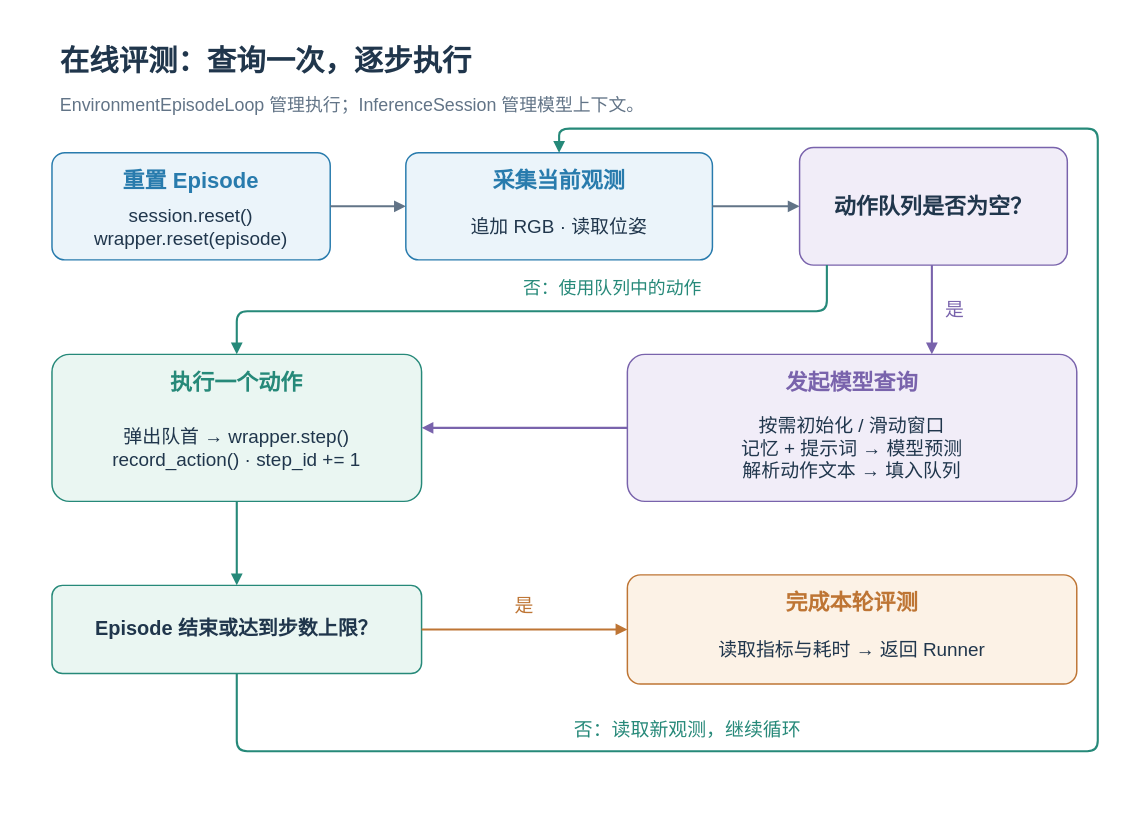
Above: docs/assets/workflows/episode-loop.zh-CN.drawio in Eku127/SwiftVLN (draw.io), before the change. Source tidied: cells renumbered, new cells numbered last; positions are measured from the earlier drawing's top-left corner, leaving out a move shared by most shapes. Both pictures are drawn from the tidied source at 105%, with x=0, y=0 at pixel (18, 18).
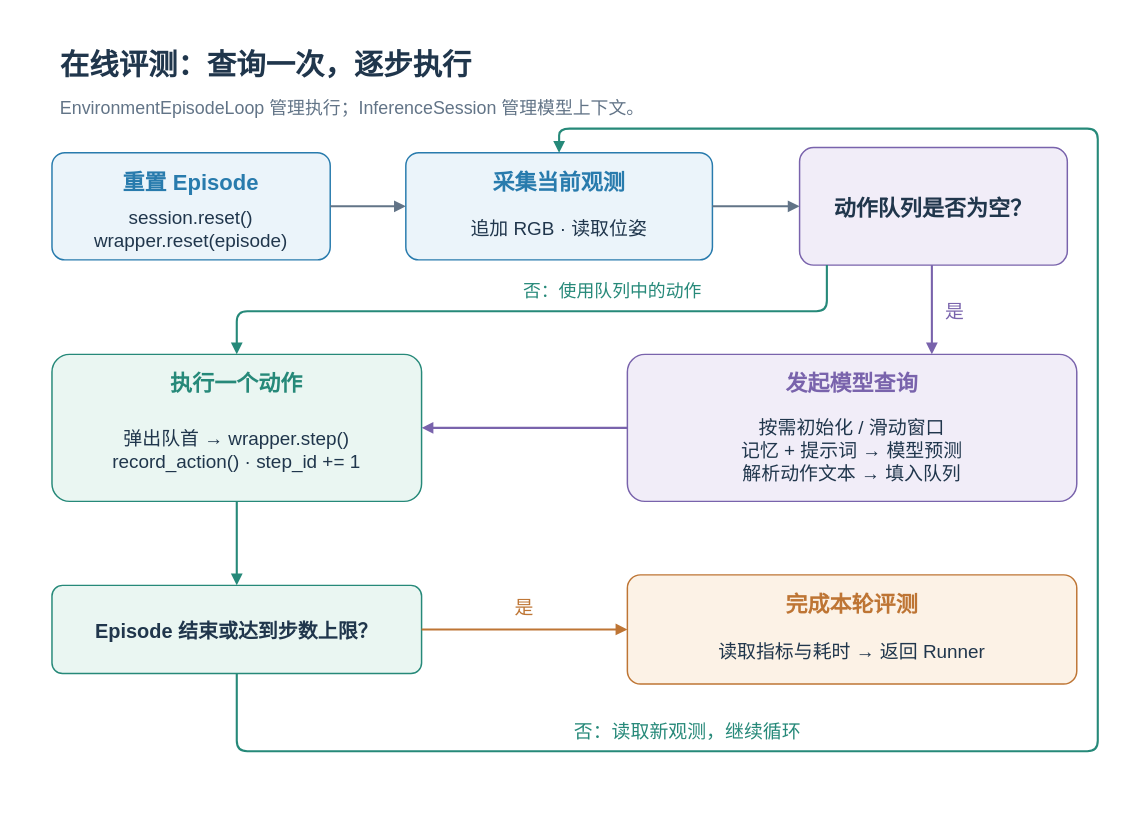
Above is the later version.

Diff of the diagram source:
```diff
@@
-    <mxCell id="2" style="rounded=0;arcSize=12;whiteSpace=wrap;html=0;fillColor=#FFFFFF;strokeColor=none;strokeWidth=1.4;fontColor=#20364C;fontFamily=Arial;fontSize=19;fontStyle=0;align=center;verticalAlign=middle;spacing=8;" parent="1" vertex="1">
+    <mxCell id="2" style="rounded=0;arcSize=12;whiteSpace=nowrap;html=0;fillColor=#FFFFFF;strokeColor=none;strokeWidth=1.4;fontColor=#20364C;fontFamily=Arial;fontSize=19;fontStyle=0;align=center;verticalAlign=middle;spacing=8;" parent="1" vertex="1">
       <mxGeometry width="1040" height="760" as="geometry" />
     </mxCell>
-    <mxCell id="3" value="在线评测：查询一次，逐步执行" style="rounded=0;arcSize=12;whiteSpace=wrap;html=0;fillColor=none;strokeColor=none;strokeWidth=1.4;fontColor=#20364C;fontFamily=Arial;fontSize=28;fontStyle=1;align=left;verticalAlign=middle;spacing=8;" parent="1" vertex="1">
+    <mxCell id="3" value="在线评测：查询一次，逐步执行" style="rounded=0;arcSize=12;whiteSpace=nowrap;html=0;fillColor=none;strokeColor=none;strokeWidth=1.4;fontColor=#20364C;fontFamily=Arial;fontSize=28;fontStyle=1;align=left;verticalAlign=middle;spacing=8;" parent="1" vertex="1">
       <mxGeometry x="32" y="22" width="970" height="38" as="geometry" />
     </mxCell>
-    <mxCell id="4" value="EnvironmentEpisodeLoop 管理执行；InferenceSession 管理模型上下文。" style="rounded=0;arcSize=12;whiteSpace=wrap;html=0;fillColor=none;strokeColor=none;strokeWidth=1.4;fontColor=#627487;fontFamily=Arial;fontSize=17;fontStyle=0;align=left;verticalAlign=middle;spacing=8;" parent="1" vertex="1">
+    <mxCell id="4" value="EnvironmentEpisodeLoop 管理执行；InferenceSession 管理模型上下文。" style="rounded=0;arcSize=12;whiteSpace=nowrap;html=0;fillColor=none;strokeColor=none;strokeWidth=1.4;fontColor=#627487;fontFamily=Arial;fontSize=17;fontStyle=0;align=left;verticalAlign=middle;spacing=8;" parent="1" vertex="1">
       <mxGeometry x="32" y="67" width="970" height="34" as="geometry" />
     </mxCell>
-    <mxCell id="5" style="rounded=1;arcSize=12;whiteSpace=wrap;html=0;fillColor=#EBF4FA;strokeColor=#287BAD;strokeWidth=1.4;fontColor=#20364C;fontFamily=Arial;fontSize=19;fontStyle=0;align=center;verticalAlign=middle;spacing=8;" parent="1" vertex="1">
+    <mxCell id="5" style="rounded=1;arcSize=12;whiteSpace=nowrap;html=0;fillColor=#EBF4FA;strokeColor=#287BAD;strokeWidth=1.4;fontColor=#20364C;fontFamily=Arial;fontSize=19;fontStyle=0;align=center;verticalAlign=middle;spacing=8;" parent="1" vertex="1">
       <mxGeometry x="32" y="128" width="265" height="102" as="geometry" />
     </mxCell>
-    <mxCell id="6" value="重置 Episode" style="rounded=0;arcSize=12;whiteSpace=wrap;html=0;fillColor=none;strokeColor=none;strokeWidth=1.4;fontColor=#287BAD;fontFamily=Arial;fontSize=21;fontStyle=1;align=center;verticalAlign=middle;spacing=8;" parent="1" vertex="1">
+    <mxCell id="6" value="重置 Episode" style="rounded=0;arcSize=12;whiteSpace=nowrap;html=0;fillColor=none;strokeColor=none;strokeWidth=1.4;fontColor=#287BAD;fontFamily=Arial;fontSize=21;fontStyle=1;align=center;verticalAlign=middle;spacing=8;" parent="1" vertex="1">
       <mxGeometry x="42" y="138" width="245" height="32" as="geometry" />
     </mxCell>
-    <mxCell id="7" value="session.reset()&#10;wrapper.reset(episode)" style="rounded=0;arcSize=12;whiteSpace=wrap;html=0;fillColor=none;strokeColor=none;strokeWidth=1.4;fontColor=#20364C;fontFamily=Arial;fontSize=18;fontStyle=0;align=center;verticalAlign=middle;spacing=8;" parent="1" vertex="1">
+    <mxCell id="7" value="session.reset()&#10;wrapper.reset(episode)" style="rounded=0;arcSize=12;whiteSpace=nowrap;html=0;fillColor=none;strokeColor=none;strokeWidth=1.4;fontColor=#20364C;fontFamily=Arial;fontSize=18;fontStyle=0;align=center;verticalAlign=middle;spacing=8;" parent="1" vertex="1">
       <mxGeometry x="42" y="174" width="245" height="50" as="geometry" />
     </mxCell>
-    <mxCell id="8" style="rounded=1;arcSize=12;whiteSpace=wrap;html=0;fillColor=#EBF4FA;strokeColor=#287BAD;strokeWidth=1.4;fontColor=#20364C;fontFamily=Arial;fontSize=19;fontStyle=0;align=center;verticalAlign=middle;spacing=8;" parent="1" vertex="1">
+    <mxCell id="8" style="rounded=1;arcSize=12;whiteSpace=nowrap;html=0;fillColor=#EBF4FA;strokeColor=#287BAD;strokeWidth=1.4;fontColor=#20364C;fontFamily=Arial;fontSize=19;fontStyle=0;align=center;verticalAlign=middle;spacing=8;" parent="1" vertex="1">
       <mxGeometry x="369" y="128" width="292" height="102" as="geometry" />
     </mxCell>
-    <mxCell id="9" value="采集当前观测" style="rounded=0;arcSize=12;whiteSpace=wrap;html=0;fillColor=none;strokeColor=none;strokeWidth=1.4;fontColor=#287BAD;fontFamily=Arial;fontSize=21;fontStyle=1;align=center;verticalAlign=middle;spacing=8;" parent="1" vertex="1">
+    <mxCell id="9" value="采集当前观测" style="rounded=0;arcSize=12;whiteSpace=nowrap;html=0;fillColor=none;strokeColor=none;strokeWidth=1.4;fontColor=#287BAD;fontFamily=Arial;fontSize=21;fontStyle=1;align=center;verticalAlign=middle;spacing=8;" parent="1" vertex="1">
       <mxGeometry x="379" y="138" width="272" height="32" as="geometry" />
     </mxCell>
-    <mxCell id="10" value="追加 RGB · 读取位姿" style="rounded=0;arcSize=12;whiteSpace=wrap;html=0;fillColor=none;strokeColor=none;strokeWidth=1.4;fontColor=#20364C;fontFamily=Arial;fontSize=18;fontStyle=0;align=center;verticalAlign=middle;spacing=8;" parent="1" vertex="1">
+    <mxCell id="10" value="追加 RGB · 读取位姿" style="rounded=0;arcSize=12;whiteSpace=nowrap;html=0;fillColor=none;strokeColor=none;strokeWidth=1.4;fontColor=#20364C;fontFamily=Arial;fontSize=18;fontStyle=0;align=center;verticalAlign=middle;spacing=8;" parent="1" vertex="1">
       <mxGeometry x="379" y="174" width="272" height="50" as="geometry" />
     </mxCell>
@@
-    <mxCell id="12" value="动作队列是否为空？" style="rounded=1;arcSize=12;whiteSpace=wrap;html=0;fillColor=#F1EDF8;strokeColor=#7963AC;strokeWidth=1.4;fontColor=#20364C;fontFamily=Arial;fontSize=21;fontStyle=1;align=center;verticalAlign=middle;spacing=8;" parent="1" vertex="1">
+    <mxCell id="12" value="动作队列是否为空？" style="rounded=1;arcSize=12;whiteSpace=nowrap;html=0;fillColor=#F1EDF8;strokeColor=#7963AC;strokeWidth=1.4;fontColor=#20364C;fontFamily=Arial;fontSize=21;fontStyle=1;align=center;verticalAlign=middle;spacing=8;" parent="1" vertex="1">
       <mxGeometry x="744" y="123" width="255" height="112" as="geometry" />
     </mxCell>
@@
-    <mxCell id="14" style="rounded=1;arcSize=12;whiteSpace=wrap;html=0;fillColor=#F1EDF8;strokeColor=#7963AC;strokeWidth=1.4;fontColor=#20364C;fontFamily=Arial;fontSize=19;fontStyle=0;align=center;verticalAlign=middle;spacing=8;" parent="1" vertex="1">
+    <mxCell id="14" style="rounded=1;arcSize=12;whiteSpace=nowrap;html=0;fillColor=#F1EDF8;strokeColor=#7963AC;strokeWidth=1.4;fontColor=#20364C;fontFamily=Arial;fontSize=19;fontStyle=0;align=center;verticalAlign=middle;spacing=8;" parent="1" vertex="1">
       <mxGeometry x="580" y="320" width="428" height="140" as="geometry" />
     </mxCell>
-    <mxCell id="15" value="发起模型查询" style="rounded=0;arcSize=12;whiteSpace=wrap;html=0;fillColor=none;strokeColor=none;strokeWidth=1.4;fontColor=#7963AC;fontFamily=Arial;fontSize=21;fontStyle=1;align=center;verticalAlign=middle;spacing=8;" parent="1" vertex="1">
+    <mxCell id="15" value="发起模型查询" style="rounded=0;arcSize=12;whiteSpace=nowrap;html=0;fillColor=none;strokeColor=none;strokeWidth=1.4;fontColor=#7963AC;fontFamily=Arial;fontSize=21;fontStyle=1;align=center;verticalAlign=middle;spacing=8;" parent="1" vertex="1">
       <mxGeometry x="590" y="330" width="408" height="32" as="geometry" />
     </mxCell>
-    <mxCell id="16" value="按需初始化 / 滑动窗口&#10;记忆 + 提示词 → 模型预测&#10;解析动作文本 → 填入队列" style="rounded=0;arcSize=12;whiteSpace=wrap;html=0;fillColor=none;strokeColor=none;strokeWidth=1.4;fontColor=#20364C;fontFamily=Arial;fontSize=18;fontStyle=0;align=center;verticalAlign=middle;spacing=8;" parent="1" vertex="1">
+    <mxCell id="16" value="按需初始化 / 滑动窗口&#10;记忆 + 提示词 → 模型预测&#10;解析动作文本 → 填入队列" style="rounded=0;arcSize=12;whiteSpace=nowrap;html=0;fillColor=none;strokeColor=none;strokeWidth=1.4;fontColor=#20364C;fontFamily=Arial;fontSize=18;fontStyle=0;align=center;verticalAlign=middle;spacing=8;" parent="1" vertex="1">
       <mxGeometry x="590" y="366" width="408" height="88" as="geometry" />
     </mxCell>
@@
-    <mxCell id="18" value="是" style="rounded=0;arcSize=12;whiteSpace=wrap;html=0;fillColor=none;strokeColor=none;strokeWidth=1.4;fontColor=#7963AC;fontFamily=Arial;fontSize=18;fontStyle=0;align=left;verticalAlign=middle;spacing=8;" parent="1" vertex="1">
+    <mxCell id="18" value="是" style="rounded=0;arcSize=12;whiteSpace=nowrap;html=0;fillColor=none;strokeColor=none;strokeWidth=1.4;fontColor=#7963AC;fontFamily=Arial;fontSize=18;fontStyle=0;align=left;verticalAlign=middle;spacing=8;" parent="1" vertex="1">
       <mxGeometry x="875" y="263" width="95" height="30" as="geometry" />
     </mxCell>
-    <mxCell id="19" style="rounded=1;arcSize=12;whiteSpace=wrap;html=0;fillColor=#EAF6F2;strokeColor=#268979;strokeWidth=1.4;fontColor=#20364C;fontFamily=Arial;fontSize=19;fontStyle=0;align=center;verticalAlign=middle;spacing=8;" parent="1" vertex="1">
+    <mxCell id="19" style="rounded=1;arcSize=12;whiteSpace=nowrap;html=0;fillColor=#EAF6F2;strokeColor=#268979;strokeWidth=1.4;fontColor=#20364C;fontFamily=Arial;fontSize=19;fontStyle=0;align=center;verticalAlign=middle;spacing=8;" parent="1" vertex="1">
       <mxGeometry x="32" y="320" width="352" height="140" as="geometry" />
     </mxCell>
-    <mxCell id="20" value="执行一个动作" style="rounded=0;arcSize=12;whiteSpace=wrap;html=0;fillColor=none;strokeColor=none;strokeWidth=1.4;fontColor=#268979;fontFamily=Arial;fontSize=21;fontStyle=1;align=center;verticalAlign=middle;spacing=8;" parent="1" vertex="1">
+    <mxCell id="20" value="执行一个动作" style="rounded=0;arcSize=12;whiteSpace=nowrap;html=0;fillColor=none;strokeColor=none;strokeWidth=1.4;fontColor=#268979;fontFamily=Arial;fontSize=21;fontStyle=1;align=center;verticalAlign=middle;spacing=8;" parent="1" vertex="1">
       <mxGeometry x="42" y="330" width="332" height="32" as="geometry" />
     </mxCell>
-    <mxCell id="21" value="弹出队首 → wrapper.step()&#10;record_action() · step_id += 1" style="rounded=0;arcSize=12;whiteSpace=wrap;html=0;fillColor=none;strokeColor=none;strokeWidth=1.4;fontColor=#20364C;fontFamily=Arial;fontSize=18;fontStyle=0;align=center;verticalAlign=middle;spacing=8;" parent="1" vertex="1">
+    <mxCell id="21" value="弹出队首 → wrapper.step()&#10;record_action() · step_id += 1" style="rounded=0;arcSize=12;whiteSpace=nowrap;html=0;fillColor=none;strokeColor=none;strokeWidth=1.4;fontColor=#20364C;fontFamily=Arial;fontSize=18;fontStyle=0;align=center;verticalAlign=middle;spacing=8;" parent="1" vertex="1">
       <mxGeometry x="42" y="366" width="332" height="88" as="geometry" />
     </mxCell>
@@
-    <mxCell id="24" value="否：使用队列中的动作" style="rounded=0;arcSize=12;whiteSpace=wrap;html=0;fillColor=none;strokeColor=none;strokeWidth=1.4;fontColor=#268979;fontFamily=Arial;fontSize=17;fontStyle=0;align=center;verticalAlign=middle;spacing=8;" parent="1" vertex="1">
+    <mxCell id="24" value="否：使用队列中的动作" style="rounded=0;arcSize=12;whiteSpace=nowrap;html=0;fillColor=none;strokeColor=none;strokeWidth=1.4;fontColor=#268979;fontFamily=Arial;fontSize=17;fontStyle=0;align=center;verticalAlign=middle;spacing=8;" parent="1" vertex="1">
       <mxGeometry x="421" y="243" width="290" height="30" as="geometry" />
     </mxCell>
-    <mxCell id="25" value="Episode 结束或达到步数上限？" style="rounded=1;arcSize=12;whiteSpace=wrap;html=0;fillColor=#EAF6F2;strokeColor=#268979;strokeWidth=1.4;fontColor=#20364C;fontFamily=Arial;fontSize=19;fontStyle=1;align=center;verticalAlign=middle;spacing=8;" parent="1" vertex="1">
+    <mxCell id="25" value="Episode 结束或达到步数上限？" style="rounded=1;arcSize=12;whiteSpace=nowrap;html=0;fillColor=#EAF6F2;strokeColor=#268979;strokeWidth=1.4;fontColor=#20364C;fontFamily=Arial;fontSize=19;fontStyle=1;align=center;verticalAlign=middle;spacing=8;" parent="1" vertex="1">
       <mxGeometry x="32" y="540" width="352" height="84" as="geometry" />
     </mxCell>
@@
-    <mxCell id="27" style="rounded=1;arcSize=12;whiteSpace=wrap;html=0;fillColor=#FCF2E6;strokeColor=#BE7534;strokeWidth=1.4;fontColor=#20364C;fontFamily=Arial;fontSize=19;fontStyle=0;align=center;verticalAlign=middle;spacing=8;" parent="1" vertex="1">
+    <mxCell id="27" style="rounded=1;arcSize=12;whiteSpace=nowrap;html=0;fillColor=#FCF2E6;strokeColor=#BE7534;strokeWidth=1.4;fontColor=#20364C;fontFamily=Arial;fontSize=19;fontStyle=0;align=center;verticalAlign=middle;spacing=8;" parent="1" vertex="1">
       <mxGeometry x="580" y="530" width="428" height="104" as="geometry" />
     </mxCell>
-    <mxCell id="28" value="完成本轮评测" style="rounded=0;arcSize=12;whiteSpace=wrap;html=0;fillColor=none;strokeColor=none;strokeWidth=1.4;fontColor=#BE7534;fontFamily=Arial;fontSize=21;fontStyle=1;align=center;verticalAlign=middle;spacing=8;" parent="1" vertex="1">
+    <mxCell id="28" value="完成本轮评测" style="rounded=0;arcSize=12;whiteSpace=nowrap;html=0;fillColor=none;strokeColor=none;strokeWidth=1.4;fontColor=#BE7534;fontFamily=Arial;fontSize=21;fontStyle=1;align=center;verticalAlign=middle;spacing=8;" parent="1" vertex="1">
       <mxGeometry x="590" y="540" width="408" height="32" as="geometry" />
     </mxCell>
-    <mxCell id="29" value="读取指标与耗时 → 返回 Runner" style="rounded=0;arcSize=12;whiteSpace=wrap;html=0;fillColor=none;strokeColor=none;strokeWidth=1.4;fontColor=#20364C;fontFamily=Arial;fontSize=18;fontStyle=0;align=center;verticalAlign=middle;spacing=8;" parent="1" vertex="1">
+    <mxCell id="29" value="读取指标与耗时 → 返回 Runner" style="rounded=0;arcSize=12;whiteSpace=nowrap;html=0;fillColor=none;strokeColor=none;strokeWidth=1.4;fontColor=#20364C;fontFamily=Arial;fontSize=18;fontStyle=0;align=center;verticalAlign=middle;spacing=8;" parent="1" vertex="1">
       <mxGeometry x="590" y="576" width="408" height="52" as="geometry" />
     </mxCell>
@@
-    <mxCell id="31" value="是" style="rounded=0;arcSize=12;whiteSpace=wrap;html=0;fillColor=none;strokeColor=none;strokeWidth=1.4;fontColor=#BE7534;fontFamily=Arial;fontSize=18;fontStyle=0;align=center;verticalAlign=middle;spacing=8;" parent="1" vertex="1">
+    <mxCell id="31" value="是" style="rounded=0;arcSize=12;whiteSpace=nowrap;html=0;fillColor=none;strokeColor=none;strokeWidth=1.4;fontColor=#BE7534;fontFamily=Arial;fontSize=18;fontStyle=0;align=center;verticalAlign=middle;spacing=8;" parent="1" vertex="1">
       <mxGeometry x="433" y="545" width="98" height="30" as="geometry" />
     </mxCell>
@@
-    <mxCell id="33" value="否：读取新观测，继续循环" style="rounded=0;arcSize=12;whiteSpace=wrap;html=0;fillColor=none;strokeColor=none;strokeWidth=1.4;fontColor=#268979;fontFamily=Arial;fontSize=18;fontStyle=0;align=center;verticalAlign=middle;spacing=8;" parent="1" vertex="1">
+    <mxCell id="33" value="否：读取新观测，继续循环" style="rounded=0;arcSize=12;whiteSpace=nowrap;html=0;fillColor=none;strokeColor=none;strokeWidth=1.4;fontColor=#268979;fontFamily=Arial;fontSize=18;fontStyle=0;align=center;verticalAlign=middle;spacing=8;" parent="1" vertex="1">
       <mxGeometry x="350" y="663" width="575" height="30" as="geometry" />
     </mxCell>
```
